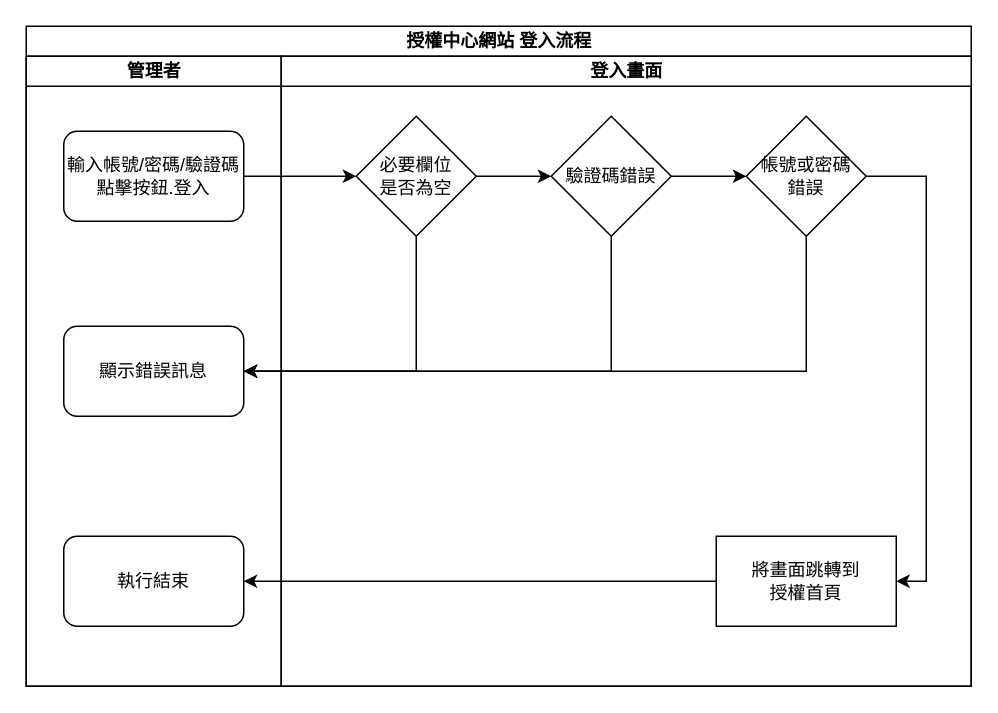
This is page "登入畫面.點擊按鈕.登入" (3 of 3) of 8.10.2/LICENSE/diagram/授權中心網站.drawio from ArcareRD/sadocs, a draw.io file, before an edit. Source tidied: cells renumbered, new cells numbered last; positions are measured from the earlier drawing's top-left corner, leaving out a move shared by most shapes. Both pictures are drawn from the tidied source at 150%, with x=0, y=0 at pixel (26, 26).
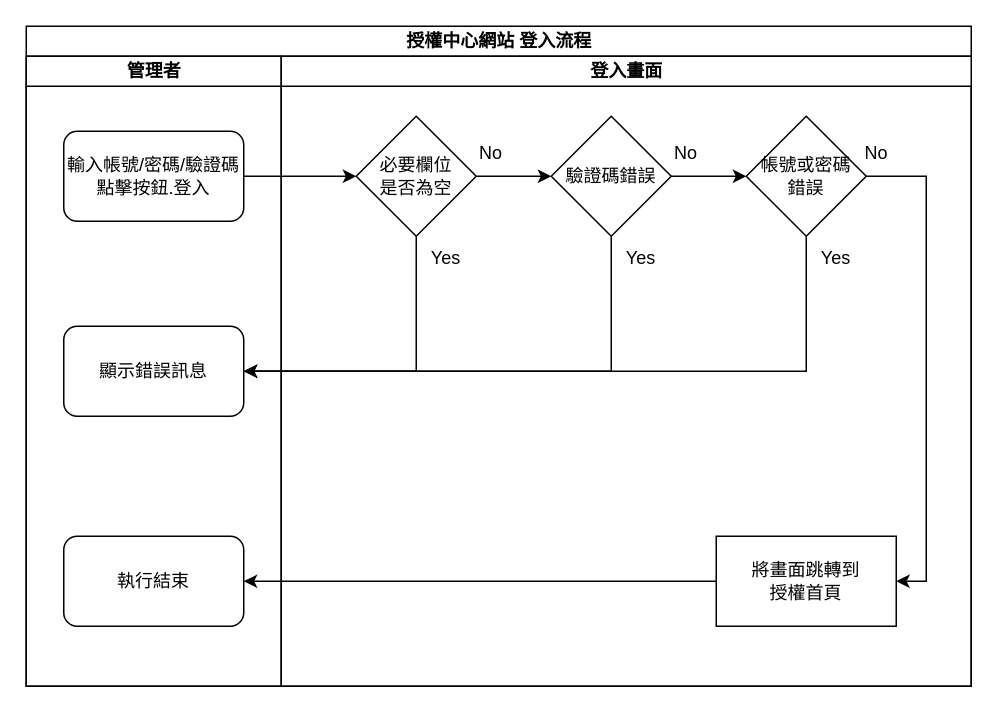
Above is the later version.

The change refers to these unchanged cells:
```xml
<mxCell id="7" value="登入畫面" style="swimlane;startSize=20;html=1;" parent="2" vertex="1">
  <mxGeometry x="170" y="20" width="460" height="420" as="geometry" />
</mxCell>
```

Change to the diagram source:
```diff
@@
+    <mxCell id="20" value="Yes" style="text;html=1;strokeColor=none;fillColor=none;align=center;verticalAlign=middle;whiteSpace=wrap;rounded=0;" parent="7" vertex="1">
+      <mxGeometry x="80" y="120" width="60" height="30" as="geometry" />
+    </mxCell>
+    <mxCell id="21" value="Yes" style="text;html=1;strokeColor=none;fillColor=none;align=center;verticalAlign=middle;whiteSpace=wrap;rounded=0;" parent="7" vertex="1">
+      <mxGeometry x="210" y="120" width="60" height="30" as="geometry" />
+    </mxCell>
+    <mxCell id="22" value="Yes" style="text;html=1;strokeColor=none;fillColor=none;align=center;verticalAlign=middle;whiteSpace=wrap;rounded=0;" parent="7" vertex="1">
+      <mxGeometry x="340" y="120" width="60" height="30" as="geometry" />
+    </mxCell>
+    <mxCell id="23" value="No" style="text;html=1;strokeColor=none;fillColor=none;align=center;verticalAlign=middle;whiteSpace=wrap;rounded=0;" parent="7" vertex="1">
+      <mxGeometry x="110" y="50" width="60" height="30" as="geometry" />
+    </mxCell>
+    <mxCell id="24" value="No" style="text;html=1;strokeColor=none;fillColor=none;align=center;verticalAlign=middle;whiteSpace=wrap;rounded=0;" parent="7" vertex="1">
+      <mxGeometry x="240" y="50" width="60" height="30" as="geometry" />
+    </mxCell>
+    <mxCell id="25" value="No" style="text;html=1;strokeColor=none;fillColor=none;align=center;verticalAlign=middle;whiteSpace=wrap;rounded=0;" parent="7" vertex="1">
+      <mxGeometry x="367" y="50" width="60" height="30" as="geometry" />
+    </mxCell>
```
